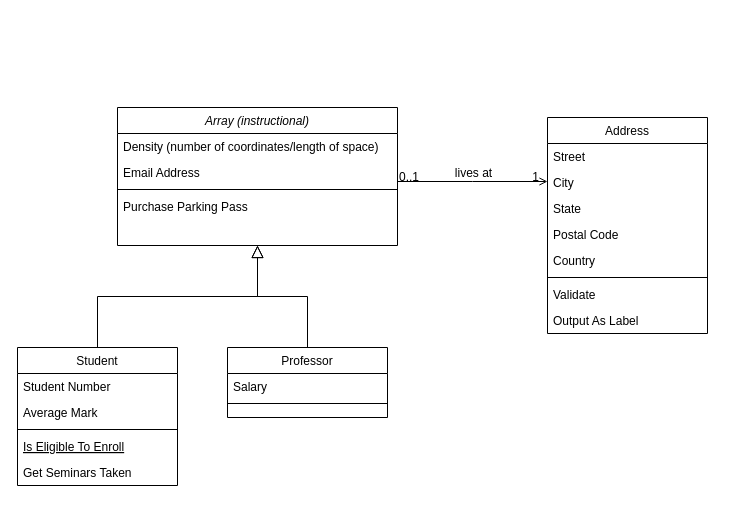
Earlier version of the draw.io diagram Robot_code.drawio (sv42008/recipe2). Source tidied: cells renumbered, new cells numbered last; positions are measured from the earlier drawing's top-left corner, leaving out a move shared by most shapes. Both pictures are drawn from the tidied source at 100%, with x=0, y=0 at pixel (17, 107).
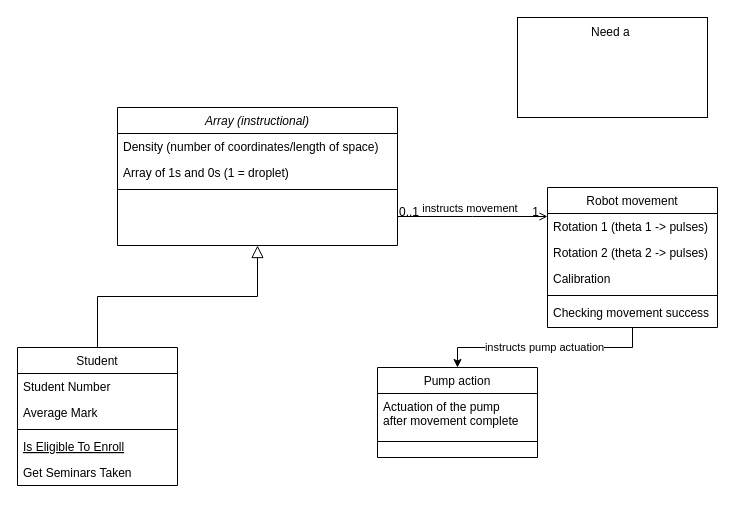
Above is the later version.

The change refers to these unchanged cells:
```xml
<mxCell id="2" value="Array (instructional)" style="swimlane;fontStyle=2;align=center;verticalAlign=top;horizontal=1;startSize=26;rounded=0;shadow=0;strokeWidth=1;" parent="1" vertex="1">
  <mxGeometry x="100" width="280" height="138" as="geometry" />
</mxCell>
```

Change to the diagram source:
```diff
@@
-    <mxCell id="4" value="Email Address" style="text;align=left;verticalAlign=top;spacingLeft=4;spacingRight=4;overflow=hidden;rounded=0;shadow=0;html=0;" parent="2" vertex="1">
+    <mxCell id="4" value="Array of 1s and 0s (1 = droplet)" style="text;align=left;verticalAlign=top;spacingLeft=4;spacingRight=4;overflow=hidden;rounded=0;shadow=0;html=0;" parent="2" vertex="1">
       <mxGeometry y="52" width="280" height="26" as="geometry" />
     </mxCell>
@@
-    <mxCell id="6" value="Purchase Parking Pass" style="text;align=left;verticalAlign=top;spacingLeft=4;spacingRight=4;overflow=hidden;" parent="2" vertex="1">
-      <mxGeometry y="86" width="280" height="26" as="geometry" />
-    </mxCell>
@@
-    <mxCell id="14" value="Professor" style="swimlane;fontStyle=0;align=center;verticalAlign=top;horizontal=1;startSize=26;rounded=0;shadow=0;strokeWidth=1;" parent="1" vertex="1">
-      <mxGeometry x="210" y="240" width="160" height="70" as="geometry" />
+    <mxCell id="14" value="Pump action" style="swimlane;fontStyle=0;align=center;verticalAlign=top;horizontal=1;startSize=26;rounded=0;shadow=0;strokeWidth=1;" parent="1" vertex="1">
+      <mxGeometry x="360" y="260" width="160" height="90" as="geometry" />
     </mxCell>
-    <mxCell id="15" value="Salary" style="text;align=left;verticalAlign=top;spacingLeft=4;spacingRight=4;overflow=hidden;" parent="14" vertex="1">
-      <mxGeometry y="26" width="160" height="26" as="geometry" />
+    <mxCell id="15" value="Actuation of the pump &#10;after movement complete" style="text;align=left;verticalAlign=top;spacingLeft=4;spacingRight=4;overflow=hidden;" parent="14" vertex="1">
+      <mxGeometry y="26" width="160" height="34" as="geometry" />
     </mxCell>
     <mxCell id="16" style="line;html=1;strokeWidth=1;align=left;verticalAlign=middle;spacingTop=-1;spacingLeft=3;spacingRight=3;labelPosition=right;" parent="14" vertex="1">
-      <mxGeometry y="52" width="160" height="8" as="geometry" />
+      <mxGeometry y="60" width="160" height="28" as="geometry" />
     </mxCell>
-    <mxCell id="17" style="endArrow=block;endSize=10;endFill=0;shadow=0;strokeWidth=1;rounded=0;edgeStyle=elbowEdgeStyle;elbow=vertical;" parent="1" edge="1" source="14" target="2">
-      <mxGeometry relative="1" as="geometry" />
-    </mxCell>
+    <mxCell id="31" value="instructs pump actuation" style="edgeStyle=orthogonalEdgeStyle;rounded=0;jettySize=auto;html=1;exitX=0.5;exitY=1;exitDx=0;exitDy=0;" parent="1" edge="1" source="18" target="14">
+      <mxGeometry relative="1" as="geometry" />
+    </mxCell>
-    <mxCell id="18" value="Address" style="swimlane;fontStyle=0;align=center;verticalAlign=top;horizontal=1;startSize=26;rounded=0;shadow=0;strokeWidth=1;" parent="1" vertex="1">
-      <mxGeometry x="530" y="10" width="160" height="216" as="geometry" />
+    <mxCell id="18" value="Robot movement" style="swimlane;fontStyle=0;align=center;verticalAlign=top;horizontal=1;startSize=26;rounded=0;shadow=0;strokeWidth=1;" parent="1" vertex="1">
+      <mxGeometry x="530" y="80" width="170" height="140" as="geometry" />
     </mxCell>
-    <mxCell id="19" value="Street" style="text;align=left;verticalAlign=top;spacingLeft=4;spacingRight=4;overflow=hidden;" parent="18" vertex="1">
-      <mxGeometry y="26" width="160" height="26" as="geometry" />
+    <mxCell id="19" value="Rotation 1 (theta 1 -&gt; pulses) " style="text;align=left;verticalAlign=top;spacingLeft=4;spacingRight=4;overflow=hidden;" parent="18" vertex="1">
+      <mxGeometry y="26" width="170" height="26" as="geometry" />
     </mxCell>
-    <mxCell id="20" value="City" style="text;align=left;verticalAlign=top;spacingLeft=4;spacingRight=4;overflow=hidden;rounded=0;shadow=0;html=0;" parent="18" vertex="1">
-      <mxGeometry y="52" width="160" height="26" as="geometry" />
+    <mxCell id="20" value="Rotation 2 (theta 2 -&gt; pulses)" style="text;align=left;verticalAlign=top;spacingLeft=4;spacingRight=4;overflow=hidden;rounded=0;shadow=0;html=0;" parent="18" vertex="1">
+      <mxGeometry y="52" width="170" height="26" as="geometry" />
     </mxCell>
-    <mxCell id="21" value="State" style="text;align=left;verticalAlign=top;spacingLeft=4;spacingRight=4;overflow=hidden;rounded=0;shadow=0;html=0;" parent="18" vertex="1">
-      <mxGeometry y="78" width="160" height="26" as="geometry" />
-    </mxCell>
-    <mxCell id="22" value="Postal Code" style="text;align=left;verticalAlign=top;spacingLeft=4;spacingRight=4;overflow=hidden;rounded=0;shadow=0;html=0;" parent="18" vertex="1">
-      <mxGeometry y="104" width="160" height="26" as="geometry" />
+    <mxCell id="22" value="Calibration" style="text;align=left;verticalAlign=top;spacingLeft=4;spacingRight=4;overflow=hidden;rounded=0;shadow=0;html=0;" parent="18" vertex="1">
+      <mxGeometry y="78" width="170" height="26" as="geometry" />
     </mxCell>
-    <mxCell id="23" value="Country" style="text;align=left;verticalAlign=top;spacingLeft=4;spacingRight=4;overflow=hidden;rounded=0;shadow=0;html=0;" parent="18" vertex="1">
-      <mxGeometry y="130" width="160" height="26" as="geometry" />
-    </mxCell>
     <mxCell id="24" style="line;html=1;strokeWidth=1;align=left;verticalAlign=middle;spacingTop=-1;spacingLeft=3;spacingRight=3;labelPosition=right;" parent="18" vertex="1">
-      <mxGeometry y="156" width="160" height="8" as="geometry" />
+      <mxGeometry y="104" width="170" height="8" as="geometry" />
     </mxCell>
-    <mxCell id="25" value="Validate" style="text;align=left;verticalAlign=top;spacingLeft=4;spacingRight=4;overflow=hidden;" parent="18" vertex="1">
-      <mxGeometry y="164" width="160" height="26" as="geometry" />
+    <mxCell id="25" value="Checking movement success" style="text;align=left;verticalAlign=top;spacingLeft=4;spacingRight=4;overflow=hidden;" parent="18" vertex="1">
+      <mxGeometry y="112" width="170" height="26" as="geometry" />
     </mxCell>
-    <mxCell id="26" value="Output As Label" style="text;align=left;verticalAlign=top;spacingLeft=4;spacingRight=4;overflow=hidden;" parent="18" vertex="1">
-      <mxGeometry y="190" width="160" height="26" as="geometry" />
-    </mxCell>
-    <mxCell id="27" style="endArrow=open;shadow=0;strokeWidth=1;rounded=0;endFill=1;edgeStyle=elbowEdgeStyle;elbow=vertical;" parent="1" edge="1" source="2" target="18">
+    <mxCell id="27" value="instructs movement" style="endArrow=open;shadow=0;strokeWidth=1;rounded=0;endFill=1;edgeStyle=elbowEdgeStyle;elbow=vertical;" parent="1" edge="1" source="2" target="18">
       <mxGeometry x="0.5" y="41" relative="1" as="geometry">
         <mxPoint x="-40" y="32" as="offset" />
       </mxGeometry>
     </mxCell>
@@
-    <mxCell id="30" value="lives at" style="text;html=1;align=center;verticalAlign=middle;labelBackgroundColor=none;rounded=0;shadow=0;strokeWidth=1;fontSize=12;" parent="27" vertex="1">
-      <mxGeometry x="0.5" y="49" relative="1" as="geometry">
-        <mxPoint x="-38" y="40" as="offset" />
-      </mxGeometry>
-    </mxCell>
+    <mxCell id="32" style="rounded=0;whiteSpace=wrap;html=1;" parent="1" vertex="1">
+      <mxGeometry x="500" y="-90" width="190" height="100" as="geometry" />
+    </mxCell>
+    <mxCell id="33" value="Need a&amp;nbsp;" style="text;html=1;strokeColor=none;fillColor=none;align=center;verticalAlign=middle;whiteSpace=wrap;rounded=0;" parent="1" vertex="1">
+      <mxGeometry x="500" y="-90" width="190" height="30" as="geometry" />
+    </mxCell>
```
